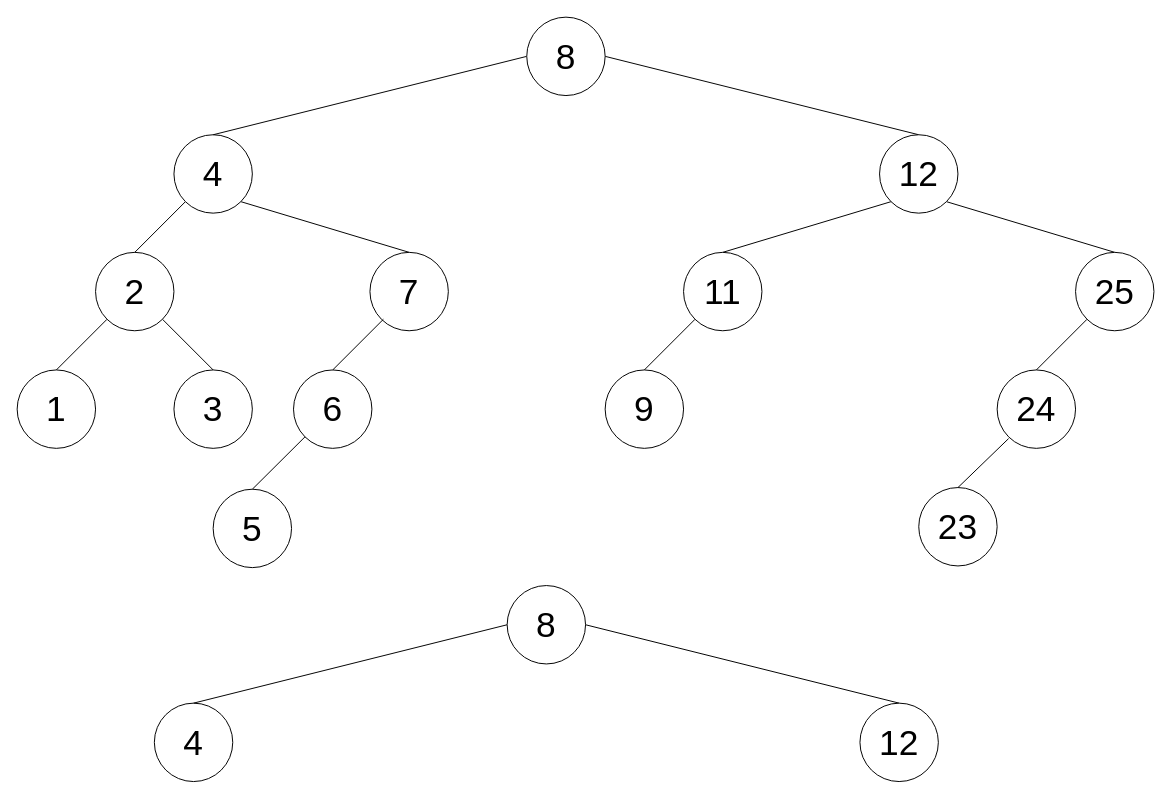
Before: TP2/arbol.drawio in mihaelkyeah/TUDAI-Programacion3, a draw.io diagram. Source tidied: cells renumbered, new cells numbered last; positions are measured from the earlier drawing's top-left corner, leaving out a move shared by most shapes. Both pictures are drawn from the tidied source at 98%, with x=0, y=0 at pixel (17, 17).
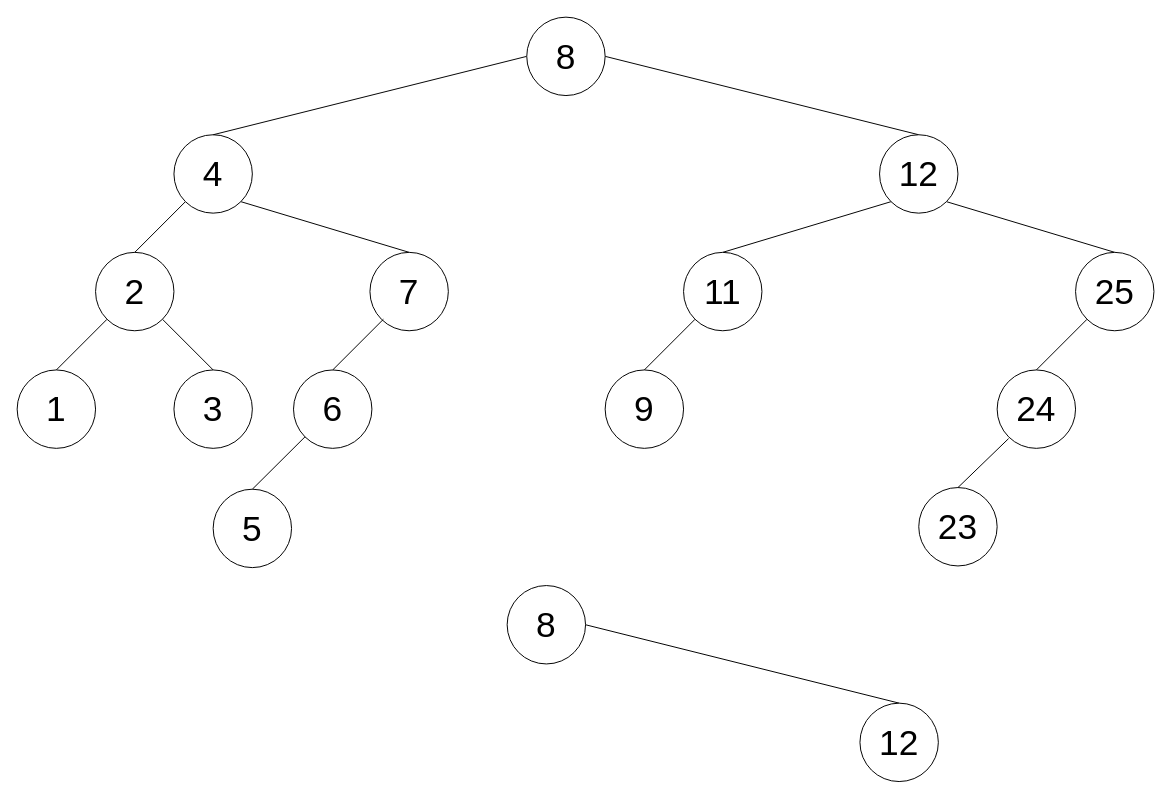
After the change.

Unchanged cells that the change refers to:
```xml
<mxCell id="32" value="8" style="ellipse;whiteSpace=wrap;html=1;fontSize=36;" parent="1" vertex="1">
  <mxGeometry x="500" y="580" width="80" height="80" as="geometry" />
</mxCell>
```

Diff of the diagram source:
```diff
@@
-    <mxCell id="29" value="4" style="ellipse;whiteSpace=wrap;html=1;fontSize=36;" parent="1" vertex="1">
-      <mxGeometry x="140" y="700" width="80" height="80" as="geometry" />
-    </mxCell>
-    <mxCell id="30" style="rounded=0;jettySize=auto;html=1;exitX=0;exitY=0.5;exitDx=0;exitDy=0;entryX=0.5;entryY=0;entryDx=0;entryDy=0;fontSize=36;endArrow=none;endFill=0;" parent="1" edge="1" source="32" target="29">
-      <mxGeometry relative="1" as="geometry" />
-    </mxCell>
```
